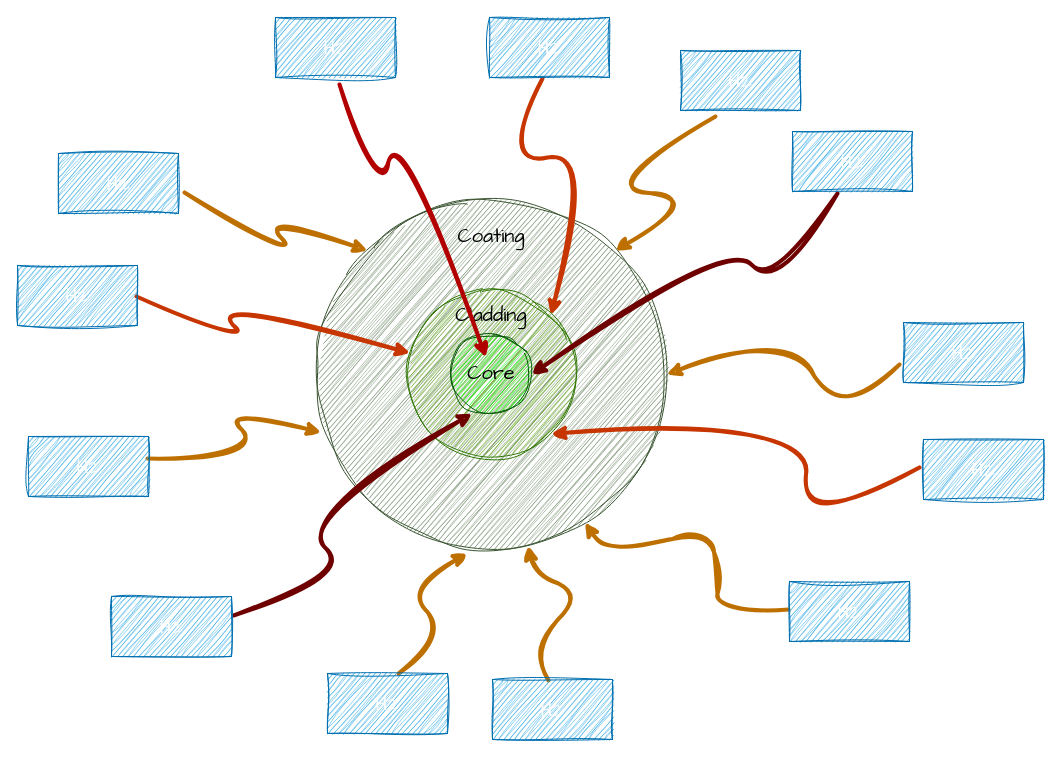
Earlier version of the draw.io diagram H2_implemation2.drawio (666creeping666death/C-code). Source tidied: cells renumbered, new cells numbered last; positions are measured from the earlier drawing's top-left corner, leaving out a move shared by most shapes. Both pictures are drawn from the tidied source at 100%, with x=0, y=0 at pixel (17, 17).
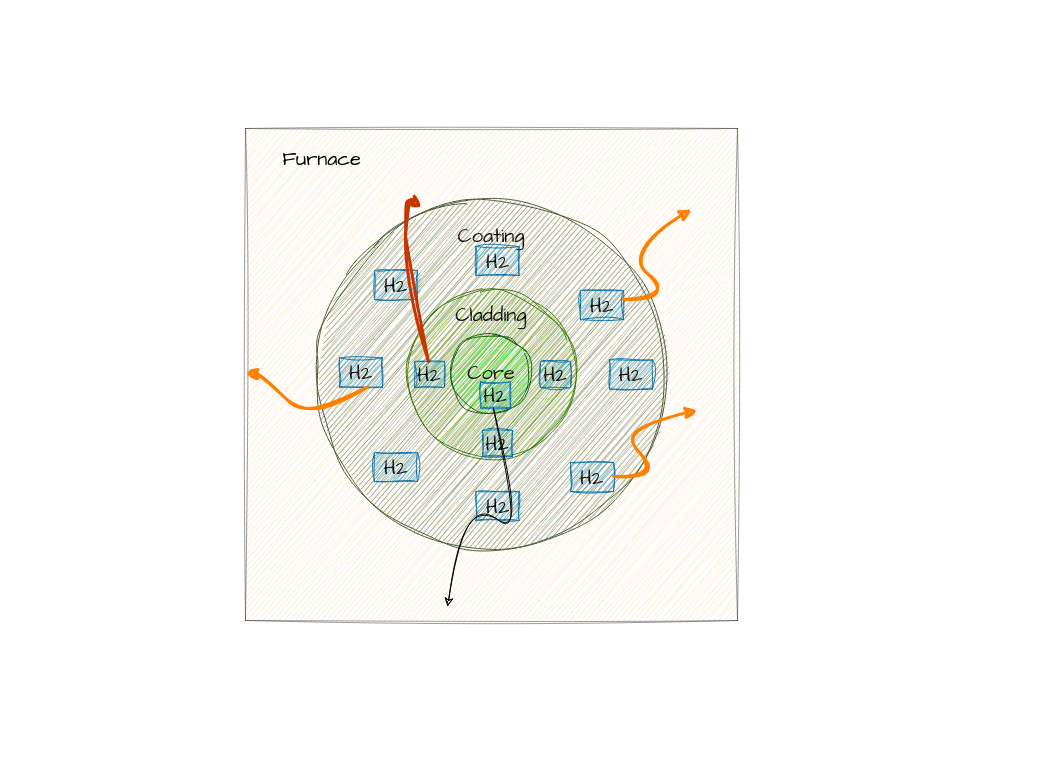
The same page after the edit.

The change refers to these unchanged cells:
```xml
<mxCell id="2" style="ellipse;whiteSpace=wrap;html=1;sketch=1;hachureGap=4;jiggle=2;curveFitting=1;fontFamily=Architects Daughter;fontSize=20;fillColor=#6d8764;fontColor=#ffffff;strokeColor=#3A5431;" parent="1" vertex="1">
  <mxGeometry x="299" y="182" width="350" height="350" as="geometry" />
</mxCell>
<mxCell id="3" style="ellipse;whiteSpace=wrap;html=1;sketch=1;hachureGap=4;jiggle=2;curveFitting=1;fontFamily=Architects Daughter;fontSize=20;fillColor=#60a917;fontColor=#ffffff;strokeColor=#2D7600;" parent="1" vertex="1">
  <mxGeometry x="390" y="273" width="168" height="168" as="geometry" />
</mxCell>
<mxCell id="4" style="ellipse;whiteSpace=wrap;html=1;sketch=1;hachureGap=4;jiggle=2;curveFitting=1;fontFamily=Architects Daughter;fontSize=20;fillColor=#00FF00;fontColor=#ffffff;strokeColor=#005700;" parent="1" vertex="1">
  <mxGeometry x="434" y="317" width="80" height="80" as="geometry" />
</mxCell>
<mxCell id="5" value="Core" style="text;html=1;strokeColor=none;fillColor=none;align=center;verticalAlign=middle;whiteSpace=wrap;rounded=0;fontSize=20;fontFamily=Architects Daughter;" parent="1" vertex="1">
  <mxGeometry x="444" y="340" width="60" height="30" as="geometry" />
</mxCell>
```

What changed in the source:
```diff
@@
-    <mxCell id="8" style="curved=1;endArrow=classic;html=1;rounded=0;sketch=1;hachureGap=4;jiggle=2;curveFitting=1;fontFamily=Architects Daughter;fontSize=16;fillColor=#fa6800;strokeColor=#C73500;strokeWidth=4;" parent="1" edge="1" target="3">
-      <mxGeometry relative="1" as="geometry">
-        <mxPoint x="119" y="279" as="sourcePoint" />
-        <Array as="points">
-          <mxPoint x="240" y="332" />
-          <mxPoint x="190" y="282" />
-        </Array>
-      </mxGeometry>
-    </mxCell>
-    <mxCell id="9" style="curved=1;endArrow=classic;html=1;rounded=0;sketch=1;hachureGap=4;jiggle=2;curveFitting=1;fontFamily=Architects Daughter;fontSize=16;entryX=0;entryY=0;entryDx=0;entryDy=0;fillColor=#f0a30a;strokeColor=#BD7000;strokeWidth=4;" parent="1" edge="1" target="2">
-      <mxGeometry relative="1" as="geometry">
-        <mxPoint x="167" y="175" as="sourcePoint" />
-        <Array as="points">
-          <mxPoint x="288" y="244.5" />
-          <mxPoint x="238" y="194.5" />
-        </Array>
-      </mxGeometry>
-    </mxCell>
-    <mxCell id="10" style="curved=1;endArrow=classic;html=1;rounded=0;sketch=1;hachureGap=4;jiggle=2;curveFitting=1;fontFamily=Architects Daughter;fontSize=16;entryX=0.014;entryY=0.666;entryDx=0;entryDy=0;entryPerimeter=0;strokeWidth=4;fillColor=#f0a30a;strokeColor=#BD7000;" parent="1" edge="1" target="2">
-      <mxGeometry relative="1" as="geometry">
-        <mxPoint x="130" y="441" as="sourcePoint" />
-        <Array as="points">
-          <mxPoint x="250" y="438" />
-          <mxPoint x="200" y="388" />
-        </Array>
-      </mxGeometry>
-    </mxCell>
-    <mxCell id="11" style="curved=1;endArrow=classic;html=1;rounded=0;sketch=1;hachureGap=4;jiggle=2;curveFitting=1;fontFamily=Architects Daughter;fontSize=16;entryX=0.259;entryY=0.987;entryDx=0;entryDy=0;entryPerimeter=0;fillColor=#a20025;strokeColor=#6F0000;strokeWidth=4;" parent="1" edge="1" target="4">
-      <mxGeometry relative="1" as="geometry">
-        <mxPoint x="216" y="598" as="sourcePoint" />
-        <Array as="points">
-          <mxPoint x="336" y="560" />
-          <mxPoint x="278" y="499" />
-        </Array>
-      </mxGeometry>
-    </mxCell>
-    <mxCell id="12" style="curved=1;endArrow=classic;html=1;rounded=0;sketch=1;hachureGap=4;jiggle=2;curveFitting=1;fontFamily=Architects Daughter;fontSize=16;entryX=1;entryY=0.5;entryDx=0;entryDy=0;fillColor=#a20025;strokeColor=#6F0000;strokeWidth=4;" parent="1" edge="1" target="4">
-      <mxGeometry relative="1" as="geometry">
-        <mxPoint x="820" y="176" as="sourcePoint" />
-        <Array as="points">
-          <mxPoint x="760" y="273" />
-          <mxPoint x="710" y="223" />
-        </Array>
-      </mxGeometry>
-    </mxCell>
-    <mxCell id="13" style="curved=1;endArrow=classic;html=1;rounded=0;sketch=1;hachureGap=4;jiggle=2;curveFitting=1;fontFamily=Architects Daughter;fontSize=16;fillColor=#e51400;strokeColor=#B20000;strokeWidth=4;" parent="1" edge="1" target="5">
-      <mxGeometry relative="1" as="geometry">
-        <mxPoint x="322" y="67" as="sourcePoint" />
-        <Array as="points">
-          <mxPoint x="361" y="185" />
-          <mxPoint x="381" y="103" />
-        </Array>
-      </mxGeometry>
-    </mxCell>
-    <mxCell id="14" style="curved=1;endArrow=classic;html=1;rounded=0;sketch=1;hachureGap=4;jiggle=2;curveFitting=1;fontFamily=Architects Daughter;fontSize=16;entryX=1;entryY=0;entryDx=0;entryDy=0;fillColor=#fa6800;strokeColor=#C73500;strokeWidth=4;" parent="1" edge="1" target="3">
-      <mxGeometry relative="1" as="geometry">
-        <mxPoint x="525" y="61" as="sourcePoint" />
-        <Array as="points">
-          <mxPoint x="484" y="150" />
-          <mxPoint x="576" y="130" />
-        </Array>
-      </mxGeometry>
-    </mxCell>
-    <mxCell id="15" style="curved=1;endArrow=classic;html=1;rounded=0;sketch=1;hachureGap=4;jiggle=2;curveFitting=1;fontFamily=Architects Daughter;fontSize=16;entryX=1;entryY=0;entryDx=0;entryDy=0;fillColor=#f0a30a;strokeColor=#BD7000;strokeWidth=4;" parent="1" edge="1" target="2">
-      <mxGeometry relative="1" as="geometry">
-        <mxPoint x="698" y="99" as="sourcePoint" />
-        <Array as="points">
-          <mxPoint x="578" y="172" />
-          <mxPoint x="686" y="179" />
-        </Array>
-      </mxGeometry>
-    </mxCell>
-    <mxCell id="16" style="curved=1;endArrow=classic;html=1;rounded=0;sketch=1;hachureGap=4;jiggle=2;curveFitting=1;fontFamily=Architects Daughter;fontSize=16;entryX=1;entryY=0.5;entryDx=0;entryDy=0;fillColor=#f0a30a;strokeColor=#BD7000;strokeWidth=4;" parent="1" edge="1" target="2">
-      <mxGeometry relative="1" as="geometry">
-        <mxPoint x="882" y="347" as="sourcePoint" />
-        <Array as="points">
-          <mxPoint x="822" y="407" />
-          <mxPoint x="772" y="311" />
-        </Array>
-      </mxGeometry>
-    </mxCell>
-    <mxCell id="17" style="curved=1;endArrow=classic;html=1;rounded=0;sketch=1;hachureGap=4;jiggle=2;curveFitting=1;fontFamily=Architects Daughter;fontSize=16;fillColor=#f0a30a;strokeColor=#BD7000;strokeWidth=4;" parent="1" edge="1">
-      <mxGeometry relative="1" as="geometry">
-        <mxPoint x="381" y="656" as="sourcePoint" />
-        <mxPoint x="450" y="536" as="targetPoint" />
-        <Array as="points">
-          <mxPoint x="430" y="620" />
-          <mxPoint x="390" y="569" />
-        </Array>
-      </mxGeometry>
-    </mxCell>
-    <mxCell id="18" style="curved=1;endArrow=classic;html=1;rounded=0;sketch=1;hachureGap=4;jiggle=2;curveFitting=1;fontFamily=Architects Daughter;fontSize=16;fillColor=#f0a30a;strokeColor=#BD7000;strokeWidth=4;" parent="1" edge="1" target="2">
-      <mxGeometry relative="1" as="geometry">
-        <mxPoint x="531" y="663" as="sourcePoint" />
-        <Array as="points">
-          <mxPoint x="514" y="627" />
-          <mxPoint x="566" y="578" />
-          <mxPoint x="516" y="554" />
-        </Array>
-      </mxGeometry>
-    </mxCell>
-    <mxCell id="19" style="curved=1;endArrow=classic;html=1;rounded=0;sketch=1;hachureGap=4;jiggle=2;curveFitting=1;fontFamily=Architects Daughter;fontSize=16;fillColor=#f0a30a;strokeColor=#BD7000;strokeWidth=4;" parent="1" edge="1" target="2">
-      <mxGeometry relative="1" as="geometry">
-        <mxPoint x="771" y="592" as="sourcePoint" />
-        <Array as="points">
-          <mxPoint x="698" y="595" />
-          <mxPoint x="702" y="558" />
-          <mxPoint x="691" y="511" />
-          <mxPoint x="619" y="532" />
-          <mxPoint x="581" y="526" />
-        </Array>
-      </mxGeometry>
-    </mxCell>
-    <mxCell id="20" style="curved=1;endArrow=classic;html=1;rounded=0;sketch=1;hachureGap=4;jiggle=2;curveFitting=1;fontFamily=Architects Daughter;fontSize=16;entryX=1;entryY=1;entryDx=0;entryDy=0;fillColor=#fa6800;strokeColor=#C73500;strokeWidth=4;" parent="1" edge="1" target="3">
-      <mxGeometry relative="1" as="geometry">
-        <mxPoint x="902" y="450" as="sourcePoint" />
-        <Array as="points">
-          <mxPoint x="780" y="515" />
-          <mxPoint x="797" y="399" />
-        </Array>
-      </mxGeometry>
-    </mxCell>
-    <mxCell id="21" value="H2" style="rounded=0;whiteSpace=wrap;html=1;sketch=1;hachureGap=4;jiggle=2;curveFitting=1;fontFamily=Architects Daughter;fontSize=20;fillColor=#1ba1e2;strokeColor=#006EAF;fontColor=#ffffff;" parent="1" vertex="1">
-      <mxGeometry y="248" width="120" height="60" as="geometry" />
-    </mxCell>
-    <mxCell id="22" value="H2" style="rounded=0;whiteSpace=wrap;html=1;sketch=1;hachureGap=4;jiggle=2;curveFitting=1;fontFamily=Architects Daughter;fontSize=20;fillColor=#1ba1e2;strokeColor=#006EAF;fontColor=#ffffff;" parent="1" vertex="1">
-      <mxGeometry x="258" width="120" height="60" as="geometry" />
-    </mxCell>
-    <mxCell id="23" value="H2" style="rounded=0;whiteSpace=wrap;html=1;sketch=1;hachureGap=4;jiggle=2;curveFitting=1;fontFamily=Architects Daughter;fontSize=20;fillColor=#1ba1e2;strokeColor=#006EAF;fontColor=#ffffff;" parent="1" vertex="1">
-      <mxGeometry x="41" y="136" width="120" height="60" as="geometry" />
-    </mxCell>
-    <mxCell id="24" value="H2" style="rounded=0;whiteSpace=wrap;html=1;sketch=1;hachureGap=4;jiggle=2;curveFitting=1;fontFamily=Architects Daughter;fontSize=20;fillColor=#1ba1e2;strokeColor=#006EAF;fontColor=#ffffff;" parent="1" vertex="1">
-      <mxGeometry x="472" width="120" height="60" as="geometry" />
-    </mxCell>
-    <mxCell id="25" value="H2" style="rounded=0;whiteSpace=wrap;html=1;sketch=1;hachureGap=4;jiggle=2;curveFitting=1;fontFamily=Architects Daughter;fontSize=20;fillColor=#1ba1e2;strokeColor=#006EAF;fontColor=#ffffff;" parent="1" vertex="1">
-      <mxGeometry x="663" y="33" width="120" height="60" as="geometry" />
-    </mxCell>
-    <mxCell id="26" value="H2" style="rounded=0;whiteSpace=wrap;html=1;sketch=1;hachureGap=4;jiggle=2;curveFitting=1;fontFamily=Architects Daughter;fontSize=20;fillColor=#1ba1e2;strokeColor=#006EAF;fontColor=#ffffff;" parent="1" vertex="1">
-      <mxGeometry x="775" y="114" width="120" height="60" as="geometry" />
-    </mxCell>
-    <mxCell id="27" value="H2" style="rounded=0;whiteSpace=wrap;html=1;sketch=1;hachureGap=4;jiggle=2;curveFitting=1;fontFamily=Architects Daughter;fontSize=20;fillColor=#1ba1e2;strokeColor=#006EAF;fontColor=#ffffff;" parent="1" vertex="1">
-      <mxGeometry x="11" y="419" width="120" height="60" as="geometry" />
-    </mxCell>
-    <mxCell id="28" value="H2" style="rounded=0;whiteSpace=wrap;html=1;sketch=1;hachureGap=4;jiggle=2;curveFitting=1;fontFamily=Architects Daughter;fontSize=20;fillColor=#1ba1e2;strokeColor=#006EAF;fontColor=#ffffff;" parent="1" vertex="1">
-      <mxGeometry x="94" y="579" width="120" height="60" as="geometry" />
-    </mxCell>
-    <mxCell id="29" value="H2" style="rounded=0;whiteSpace=wrap;html=1;sketch=1;hachureGap=4;jiggle=2;curveFitting=1;fontFamily=Architects Daughter;fontSize=20;fillColor=#1ba1e2;strokeColor=#006EAF;fontColor=#ffffff;" parent="1" vertex="1">
-      <mxGeometry x="310" y="656" width="120" height="60" as="geometry" />
-    </mxCell>
-    <mxCell id="30" value="H2" style="rounded=0;whiteSpace=wrap;html=1;sketch=1;hachureGap=4;jiggle=2;curveFitting=1;fontFamily=Architects Daughter;fontSize=20;fillColor=#1ba1e2;strokeColor=#006EAF;fontColor=#ffffff;" parent="1" vertex="1">
-      <mxGeometry x="475" y="662" width="120" height="60" as="geometry" />
-    </mxCell>
-    <mxCell id="31" value="H2" style="rounded=0;whiteSpace=wrap;html=1;sketch=1;hachureGap=4;jiggle=2;curveFitting=1;fontFamily=Architects Daughter;fontSize=20;fillColor=#1ba1e2;strokeColor=#006EAF;fontColor=#ffffff;" parent="1" vertex="1">
-      <mxGeometry x="772" y="564" width="120" height="60" as="geometry" />
-    </mxCell>
-    <mxCell id="32" value="H2" style="rounded=0;whiteSpace=wrap;html=1;sketch=1;hachureGap=4;jiggle=2;curveFitting=1;fontFamily=Architects Daughter;fontSize=20;fillColor=#1ba1e2;strokeColor=#006EAF;fontColor=#ffffff;" parent="1" vertex="1">
-      <mxGeometry x="906" y="422" width="120" height="60" as="geometry" />
-    </mxCell>
-    <mxCell id="33" value="H2" style="rounded=0;whiteSpace=wrap;html=1;sketch=1;hachureGap=4;jiggle=2;curveFitting=1;fontFamily=Architects Daughter;fontSize=20;fillColor=#1ba1e2;strokeColor=#006EAF;fontColor=#ffffff;" parent="1" vertex="1">
-      <mxGeometry x="886" y="305" width="120" height="60" as="geometry" />
-    </mxCell>
+    <mxCell id="34" value="&lt;font color=&quot;#000000&quot;&gt;H2&lt;/font&gt;" style="rounded=0;whiteSpace=wrap;html=1;sketch=1;hachureGap=4;jiggle=2;curveFitting=1;fontFamily=Architects Daughter;fontSize=20;fillColor=#1ba1e2;fontColor=#ffffff;strokeColor=#006EAF;" parent="1" vertex="1">
+      <mxGeometry x="458.5" y="229" width="43" height="29" as="geometry" />
+    </mxCell>
+    <mxCell id="35" value="&lt;font color=&quot;#000000&quot;&gt;H2&lt;/font&gt;" style="rounded=0;whiteSpace=wrap;html=1;sketch=1;hachureGap=4;jiggle=2;curveFitting=1;fontFamily=Architects Daughter;fontSize=20;fillColor=#1ba1e2;fontColor=#ffffff;strokeColor=#006EAF;" parent="1" vertex="1">
+      <mxGeometry x="357" y="253" width="43" height="29" as="geometry" />
+    </mxCell>
+    <mxCell id="36" value="&lt;font color=&quot;#000000&quot;&gt;H2&lt;/font&gt;" style="rounded=0;whiteSpace=wrap;html=1;sketch=1;hachureGap=4;jiggle=2;curveFitting=1;fontFamily=Architects Daughter;fontSize=20;fillColor=#1ba1e2;fontColor=#ffffff;strokeColor=#006EAF;" parent="1" vertex="1">
+      <mxGeometry x="322" y="340.5" width="43" height="29" as="geometry" />
+    </mxCell>
+    <mxCell id="37" value="&lt;font color=&quot;#000000&quot;&gt;H2&lt;/font&gt;" style="rounded=0;whiteSpace=wrap;html=1;sketch=1;hachureGap=4;jiggle=2;curveFitting=1;fontFamily=Architects Daughter;fontSize=20;fillColor=#1ba1e2;fontColor=#ffffff;strokeColor=#006EAF;" parent="1" vertex="1">
+      <mxGeometry x="563" y="273" width="43" height="29" as="geometry" />
+    </mxCell>
+    <mxCell id="38" value="&lt;font color=&quot;#000000&quot;&gt;H2&lt;/font&gt;" style="rounded=0;whiteSpace=wrap;html=1;sketch=1;hachureGap=4;jiggle=2;curveFitting=1;fontFamily=Architects Daughter;fontSize=20;fillColor=#1ba1e2;fontColor=#ffffff;strokeColor=#006EAF;" parent="1" vertex="1">
+      <mxGeometry x="592" y="342.5" width="43" height="29" as="geometry" />
+    </mxCell>
+    <mxCell id="39" value="&lt;font color=&quot;#000000&quot;&gt;H2&lt;/font&gt;" style="rounded=0;whiteSpace=wrap;html=1;sketch=1;hachureGap=4;jiggle=2;curveFitting=1;fontFamily=Architects Daughter;fontSize=20;fillColor=#1ba1e2;fontColor=#ffffff;strokeColor=#006EAF;" parent="1" vertex="1">
+      <mxGeometry x="553" y="445" width="43" height="29" as="geometry" />
+    </mxCell>
+    <mxCell id="40" value="&lt;font color=&quot;#000000&quot;&gt;H2&lt;/font&gt;" style="rounded=0;whiteSpace=wrap;html=1;sketch=1;hachureGap=4;jiggle=2;curveFitting=1;fontFamily=Architects Daughter;fontSize=20;fillColor=#1ba1e2;fontColor=#ffffff;strokeColor=#006EAF;" parent="1" vertex="1">
+      <mxGeometry x="458.5" y="474" width="43" height="29" as="geometry" />
+    </mxCell>
+    <mxCell id="41" value="&lt;font color=&quot;#000000&quot;&gt;H2&lt;/font&gt;" style="rounded=0;whiteSpace=wrap;html=1;sketch=1;hachureGap=4;jiggle=2;curveFitting=1;fontFamily=Architects Daughter;fontSize=20;fillColor=#1ba1e2;fontColor=#ffffff;strokeColor=#006EAF;" parent="1" vertex="1">
+      <mxGeometry x="357" y="435" width="43" height="29" as="geometry" />
+    </mxCell>
+    <mxCell id="42" value="&lt;font color=&quot;#000000&quot;&gt;H2&lt;/font&gt;" style="rounded=0;whiteSpace=wrap;html=1;sketch=1;hachureGap=4;jiggle=2;curveFitting=1;fontFamily=Architects Daughter;fontSize=20;fillColor=#1ba1e2;fontColor=#ffffff;strokeColor=#006EAF;" parent="1" vertex="1">
+      <mxGeometry x="397" y="344" width="30" height="26" as="geometry" />
+    </mxCell>
+    <mxCell id="43" value="&lt;font color=&quot;#000000&quot;&gt;H2&lt;/font&gt;" style="rounded=0;whiteSpace=wrap;html=1;sketch=1;hachureGap=4;jiggle=2;curveFitting=1;fontFamily=Architects Daughter;fontSize=20;fillColor=#1ba1e2;fontColor=#ffffff;strokeColor=#006EAF;" parent="1" vertex="1">
+      <mxGeometry x="465" y="413" width="30" height="26" as="geometry" />
+    </mxCell>
+    <mxCell id="44" value="&lt;font color=&quot;#000000&quot;&gt;H2&lt;/font&gt;" style="rounded=0;whiteSpace=wrap;html=1;sketch=1;hachureGap=4;jiggle=2;curveFitting=1;fontFamily=Architects Daughter;fontSize=20;fillColor=#1ba1e2;fontColor=#ffffff;strokeColor=#006EAF;" parent="1" vertex="1">
+      <mxGeometry x="523" y="344" width="30" height="26" as="geometry" />
+    </mxCell>
+    <mxCell id="45" value="&lt;font color=&quot;#000000&quot;&gt;H2&lt;/font&gt;" style="rounded=0;whiteSpace=wrap;html=1;sketch=1;hachureGap=4;jiggle=2;curveFitting=1;fontFamily=Architects Daughter;fontSize=20;fillColor=#1ba1e2;fontColor=#ffffff;strokeColor=#006EAF;" parent="1" vertex="1">
+      <mxGeometry x="463" y="364.5" width="30" height="26" as="geometry" />
+    </mxCell>
+    <mxCell id="46" style="whiteSpace=wrap;html=1;sketch=1;hachureGap=4;jiggle=2;curveFitting=1;fontFamily=Architects Daughter;fontSize=20;fillColor=#ffcc99;strokeColor=#36393d;strokeWidth=0.5;" parent="1" vertex="1">
+      <mxGeometry x="228" y="111" width="492" height="492" as="geometry" />
+    </mxCell>
+    <mxCell id="47" value="Furnace" style="text;html=1;strokeColor=none;fillColor=none;align=center;verticalAlign=middle;whiteSpace=wrap;rounded=0;fontSize=20;fontFamily=Architects Daughter;" parent="1" vertex="1">
+      <mxGeometry x="251" y="127" width="107" height="28" as="geometry" />
+    </mxCell>
+    <mxCell id="48" style="curved=1;endArrow=classic;html=1;rounded=0;sketch=1;hachureGap=4;jiggle=2;curveFitting=1;fontFamily=Architects Daughter;fontSize=16;fillColor=#f8cecc;strokeColor=#FF8000;strokeWidth=3;gradientColor=#ea6b66;" parent="1" edge="1">
+      <mxGeometry relative="1" as="geometry">
+        <mxPoint x="606" y="282" as="sourcePoint" />
+        <mxPoint x="674" y="192" as="targetPoint" />
+        <Array as="points">
+          <mxPoint x="656" y="282" />
+          <mxPoint x="606" y="232" />
+        </Array>
+      </mxGeometry>
+    </mxCell>
+    <mxCell id="49" style="curved=1;endArrow=classic;html=1;rounded=0;sketch=1;hachureGap=4;jiggle=2;curveFitting=1;fontFamily=Architects Daughter;fontSize=16;fillColor=#f8cecc;strokeColor=#FF8000;strokeWidth=3;gradientColor=#ea6b66;" parent="1" edge="1">
+      <mxGeometry relative="1" as="geometry">
+        <mxPoint x="596" y="459" as="sourcePoint" />
+        <mxPoint x="680" y="393" as="targetPoint" />
+        <Array as="points">
+          <mxPoint x="646" y="459" />
+          <mxPoint x="596" y="409" />
+        </Array>
+      </mxGeometry>
+    </mxCell>
+    <mxCell id="50" style="curved=1;endArrow=classic;html=1;rounded=0;sketch=1;hachureGap=4;jiggle=2;curveFitting=1;fontFamily=Architects Daughter;fontSize=16;fillColor=#f8cecc;strokeColor=#FF8000;strokeWidth=3;gradientColor=#ea6b66;" parent="1" edge="1">
+      <mxGeometry relative="1" as="geometry">
+        <mxPoint x="350" y="369.7" as="sourcePoint" />
+        <mxPoint x="228" y="356" as="targetPoint" />
+        <Array as="points">
+          <mxPoint x="294" y="406.7" />
+          <mxPoint x="244" y="356.7" />
+        </Array>
+      </mxGeometry>
+    </mxCell>
+    <mxCell id="51" style="curved=1;endArrow=classic;html=1;rounded=0;sketch=1;hachureGap=4;jiggle=2;curveFitting=1;fontFamily=Architects Daughter;fontSize=16;strokeColor=#C73500;strokeWidth=3;fillColor=#fa6800;" parent="1" edge="1">
+      <mxGeometry relative="1" as="geometry">
+        <mxPoint x="411" y="344" as="sourcePoint" />
+        <mxPoint x="404" y="190" as="targetPoint" />
+        <Array as="points">
+          <mxPoint x="389" y="259" />
+          <mxPoint x="387" y="177" />
+        </Array>
+      </mxGeometry>
+    </mxCell>
+    <mxCell id="52" style="curved=1;endArrow=classic;html=1;rounded=0;sketch=1;hachureGap=4;jiggle=2;curveFitting=1;fontFamily=Architects Daughter;fontSize=16;" parent="1" edge="1">
+      <mxGeometry relative="1" as="geometry">
+        <mxPoint x="475.9" y="390.5" as="sourcePoint" />
+        <mxPoint x="430" y="589" as="targetPoint" />
+        <Array as="points">
+          <mxPoint x="508.9" y="526.5" />
+          <mxPoint x="449.9" y="476.5" />
+        </Array>
+      </mxGeometry>
+    </mxCell>
```
